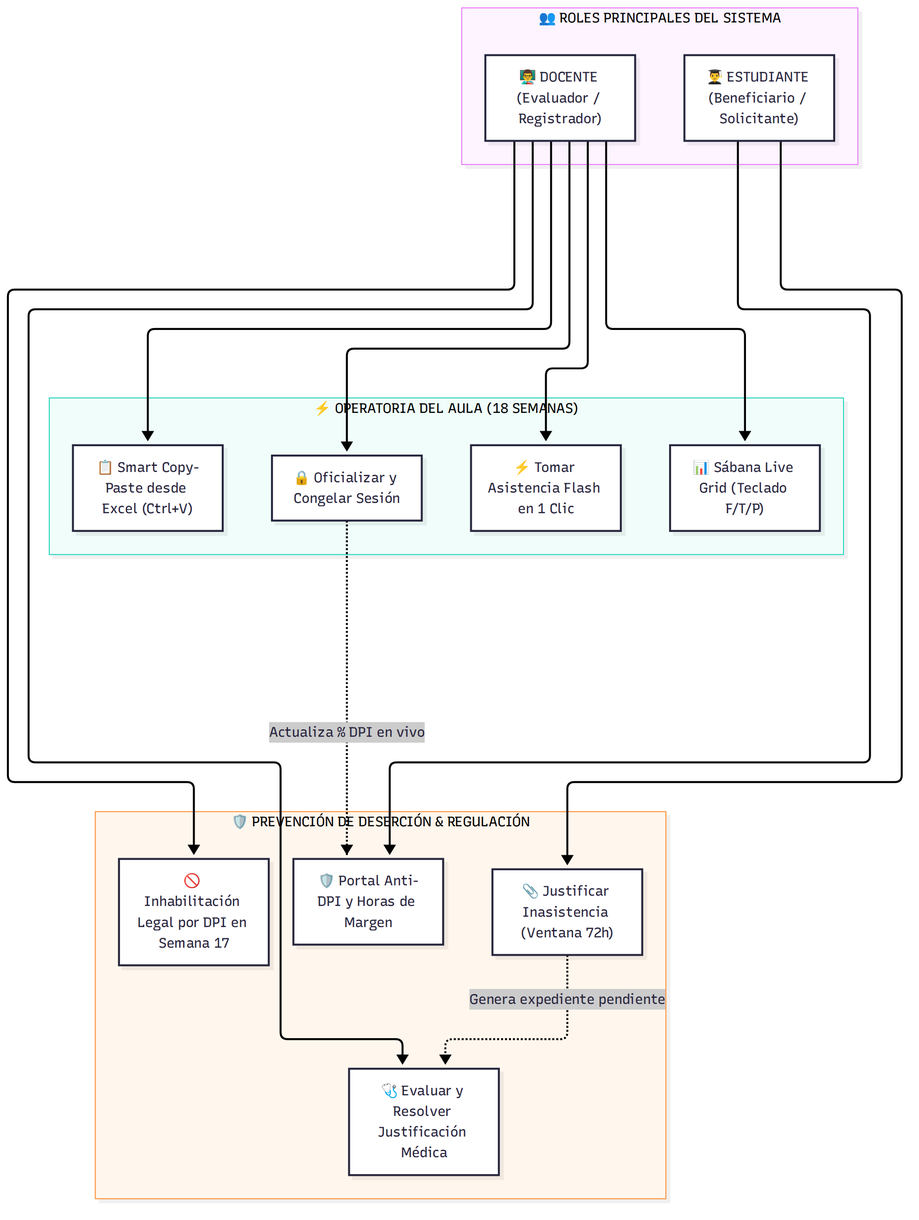
This is src/02_Modulos/Intranet.Modulo02/Docs/img/01_diagrama_casos_de_uso_docente_estudiante_dual.png from felipeostosb/intranet-institucional-modular, a Mermaid export, as it was before one commit. Its source is kept beside it as src/02_Modulos/Intranet.Modulo02/Docs/img/01_diagrama_casos_de_uso_docente_estudiante_dual.mmd. Source of this version:
```mermaid
flowchart TD
    subgraph ActoresPrincipales["👥 ROLES PRINCIPALES DEL SISTEMA"]
        Docente["👨‍🏫 DOCENTE (Evaluador / Registrador)"]
        Estudiante["👨‍🎓 ESTUDIANTE (Beneficiario / Solicitante)"]
    end

    subgraph NucleoOperativo["⚡ OPERATORIA DEL AULA (18 SEMANAS)"]
        CU_D1["⚡ Tomar Asistencia Flash en 1 Clic"]
        CU_D2["📊 Sábana Live Grid (Teclado F/T/P)"]
        CU_D3["📋 Smart Copy-Paste desde Excel (Ctrl+V)"]
        CU_D4["🔒 Oficializar y Congelar Sesión"]
    end

    subgraph PrevencionDPI["🛡️ PREVENCIÓN DE DESERCIÓN & REGULACIÓN"]
        CU_E1["🛡️ Portal Anti-DPI y Horas de Margen"]
        CU_E2["📎 Justificar Inasistencia (Ventana 72h)"]
        CU_D7["🩺 Evaluar y Resolver Justificación Médica"]
        CU_D8["🚫 Inhabilitación Legal por DPI en Semana 17"]
    end

    Docente --> CU_D1
    Docente --> CU_D2
    Docente --> CU_D3
    Docente --> CU_D4
    Docente --> CU_D7
    Docente --> CU_D8

    Estudiante --> CU_E1
    Estudiante --> CU_E2

    CU_E2 -.->|Genera expediente pendiente| CU_D7
    CU_D4 -.->|Actualiza % DPI en vivo| CU_E1
```
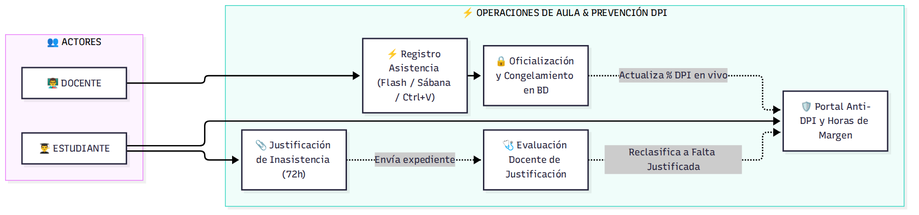
After the commit.

The edit, as a diff of the source:
```diff
@@ -1,32 +1,23 @@
-flowchart TD
-    subgraph ActoresPrincipales["👥 ROLES PRINCIPALES DEL SISTEMA"]
-        Docente["👨‍🏫 DOCENTE (Evaluador / Registrador)"]
-        Estudiante["👨‍🎓 ESTUDIANTE (Beneficiario / Solicitante)"]
+flowchart LR
+    subgraph Actores["👥 ACTORES"]
+        Docente["👨‍🏫 DOCENTE"]
+        Estudiante["👨‍🎓 ESTUDIANTE"]
     end
 
-    subgraph NucleoOperativo["⚡ OPERATORIA DEL AULA (18 SEMANAS)"]
-        CU_D1["⚡ Tomar Asistencia Flash en 1 Clic"]
-        CU_D2["📊 Sábana Live Grid (Teclado F/T/P)"]
-        CU_D3["📋 Smart Copy-Paste desde Excel (Ctrl+V)"]
-        CU_D4["🔒 Oficializar y Congelar Sesión"]
-    end
-
-    subgraph PrevencionDPI["🛡️ PREVENCIÓN DE DESERCIÓN & REGULACIÓN"]
+    subgraph Operatorias["⚡ OPERACIONES DE AULA & PREVENCIÓN DPI"]
+        direction TB
+        CU_D1["⚡ Registro Asistencia (Flash / Sábana / Ctrl+V)"]
+        CU_D2["🔒 Oficialización y Congelamiento en BD"]
         CU_E1["🛡️ Portal Anti-DPI y Horas de Margen"]
-        CU_E2["📎 Justificar Inasistencia (Ventana 72h)"]
-        CU_D7["🩺 Evaluar y Resolver Justificación Médica"]
-        CU_D8["🚫 Inhabilitación Legal por DPI en Semana 17"]
+        CU_E2["📎 Justificación de Inasistencia (72h)"]
+        CU_D7["🩺 Evaluación Docente de Justificación"]
     end
 
     Docente --> CU_D1
-    Docente --> CU_D2
-    Docente --> CU_D3
-    Docente --> CU_D4
-    Docente --> CU_D7
-    Docente --> CU_D8
+    CU_D1 --> CU_D2
+    CU_D2 -.->|Actualiza % DPI en vivo| CU_E1
 
     Estudiante --> CU_E1
     Estudiante --> CU_E2
-
-    CU_E2 -.->|Genera expediente pendiente| CU_D7
-    CU_D4 -.->|Actualiza % DPI en vivo| CU_E1
+    CU_E2 -.->|Envía expediente| CU_D7
+    CU_D7 -.->|Reclasifica a Falta Justificada| CU_E1
```
